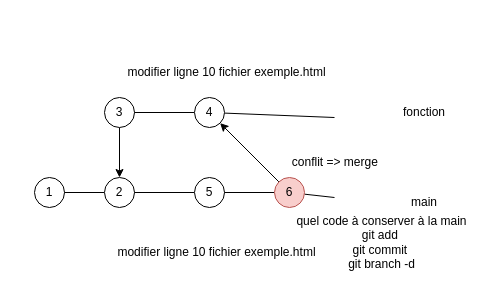
Before: jour2/03-conflit.drawio in webdevproformation/demo-github, a draw.io diagram. Source tidied: cells renumbered, new cells numbered last; positions are measured from the earlier drawing's top-left corner, leaving out a move shared by most shapes. Both pictures are drawn from the tidied source at 100%, with x=0, y=0 at pixel (34, 57).
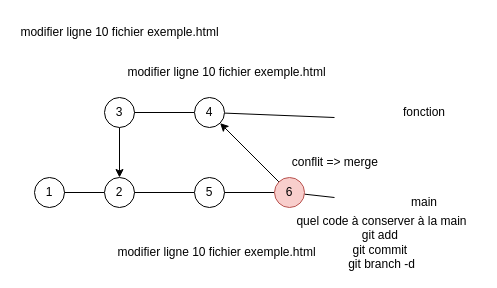
Above is the later version.

Change to the diagram source:
```diff
@@
+    <mxCell id="24" value="modifier ligne 10 fichier exemple.html" style="text;html=1;strokeColor=none;fillColor=none;align=center;verticalAlign=middle;whiteSpace=wrap;rounded=0;" parent="1" vertex="1">
+      <mxGeometry x="-17.5" y="-40" width="205" height="30" as="geometry" />
+    </mxCell>
```
